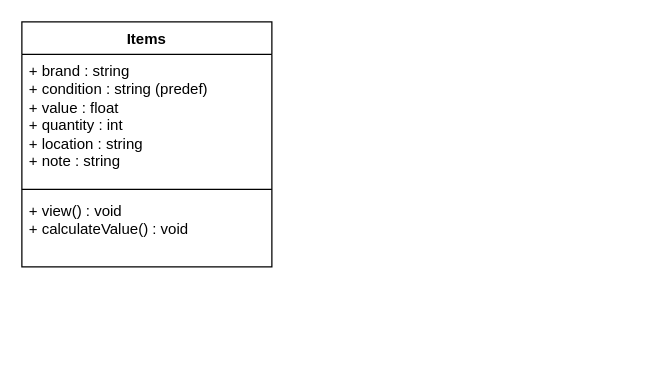
Before: 06-Diagrams/ClassDiagram-new.drawio in corey-richardson/ArrowTrack, a draw.io diagram. Source tidied: cells renumbered, new cells numbered last; positions are measured from the earlier drawing's top-left corner, leaving out a move shared by most shapes. Both pictures are drawn from the tidied source at 125%, with x=0, y=0 at pixel (21, 21).
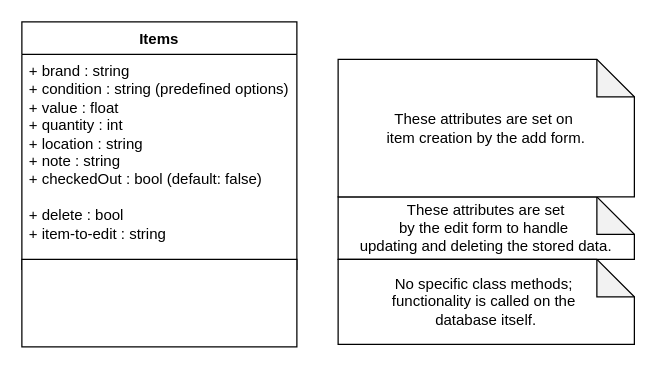
The same page after the edit.

What changed in the source:
```diff
@@
 <mxGraphModel>
   <root>
     <mxCell id="0" />
     <mxCell id="1" parent="0" />
     <mxCell id="2" value="Items" style="swimlane;fontStyle=1;align=center;verticalAlign=top;horizontal=1;startSize=26;whiteSpace=wrap;html=1;" parent="1" vertex="1">
-      <mxGeometry width="200" height="196" as="geometry" />
+      <mxGeometry width="220" height="198" as="geometry" />
     </mxCell>
-    <mxCell id="3" value="+ brand : string&lt;br&gt;+ condition : string (predef)&lt;br&gt;+ value : float&lt;br&gt;+ quantity : int&lt;br&gt;+ location : string&lt;br&gt;+ note : string" style="text;strokeColor=none;fillColor=none;align=left;verticalAlign=top;spacingLeft=4;spacingRight=4;overflow=hidden;whiteSpace=wrap;html=1;" parent="2" vertex="1">
-      <mxGeometry y="26" width="200" height="104" as="geometry" />
+    <mxCell id="3" value="+ brand : string&lt;br&gt;+ condition : string (predefined options)&lt;br&gt;+ value : float&lt;br&gt;+ quantity : int&lt;br&gt;+ location : string&lt;br&gt;+ note : string&lt;div&gt;&lt;span style=&quot;background-color: initial;&quot;&gt;+ checkedOut : bool (default: false)&lt;/span&gt;&lt;br&gt;&lt;/div&gt;&lt;div&gt;&lt;span style=&quot;background-color: initial;&quot;&gt;&lt;br&gt;&lt;/span&gt;&lt;/div&gt;&lt;div&gt;+ delete : bool&lt;/div&gt;&lt;div&gt;+ item-to-edit : string&lt;/div&gt;" style="text;strokeColor=none;fillColor=none;align=left;verticalAlign=top;spacingLeft=4;spacingRight=4;overflow=hidden;whiteSpace=wrap;html=1;" parent="2" vertex="1">
+      <mxGeometry y="26" width="220" height="164" as="geometry" />
     </mxCell>
     <mxCell id="4" style="line;strokeWidth=1;fillColor=none;align=left;verticalAlign=middle;spacingTop=-1;spacingLeft=3;spacingRight=3;labelPosition=right;strokeColor=inherit;" parent="2" vertex="1">
-      <mxGeometry y="130" width="200" height="8" as="geometry" />
+      <mxGeometry y="190" width="220" height="8" as="geometry" />
     </mxCell>
-    <mxCell id="5" value="+ view() : void&lt;br&gt;+ calculateValue() : void" style="text;strokeColor=none;fillColor=none;align=left;verticalAlign=top;spacingLeft=4;spacingRight=4;overflow=hidden;whiteSpace=wrap;html=1;" parent="2" vertex="1">
-      <mxGeometry y="138" width="200" height="58" as="geometry" />
-    </mxCell>
+    <mxCell id="6" value="These attributes are set&lt;div&gt;by the edit form to handle&amp;nbsp;&lt;/div&gt;&lt;div&gt;updating&amp;nbsp;&lt;span style=&quot;background-color: initial;&quot;&gt;and deleting the stored data.&lt;/span&gt;&lt;/div&gt;" style="shape=note;whiteSpace=wrap;html=1;backgroundOutline=1;darkOpacity=0.05;" parent="1" vertex="1">
+      <mxGeometry x="253" y="140" width="237" height="50" as="geometry" />
+    </mxCell>
+    <mxCell id="7" value="These attributes are set on&amp;nbsp;&lt;div&gt;item&amp;nbsp;&lt;span style=&quot;background-color: initial;&quot;&gt;creation by the add form.&lt;/span&gt;&lt;/div&gt;" style="shape=note;whiteSpace=wrap;html=1;backgroundOutline=1;darkOpacity=0.05;" parent="1" vertex="1">
+      <mxGeometry x="253" y="30" width="237" height="110" as="geometry" />
+    </mxCell>
+    <mxCell id="8" value="No specific class methods;&amp;nbsp;&lt;div&gt;functionality&amp;nbsp;&lt;span style=&quot;background-color: initial;&quot;&gt;is called on the&amp;nbsp;&lt;/span&gt;&lt;/div&gt;&lt;div&gt;&lt;span style=&quot;background-color: initial;&quot;&gt;database itself.&lt;/span&gt;&lt;/div&gt;" style="shape=note;whiteSpace=wrap;html=1;backgroundOutline=1;darkOpacity=0.05;" parent="1" vertex="1">
+      <mxGeometry x="253" y="190" width="237" height="68" as="geometry" />
+    </mxCell>
+    <mxCell id="9" style="rounded=0;whiteSpace=wrap;html=1;" parent="1" vertex="1">
+      <mxGeometry y="190" width="220" height="70" as="geometry" />
+    </mxCell>
   </root>
 </mxGraphModel>
```
